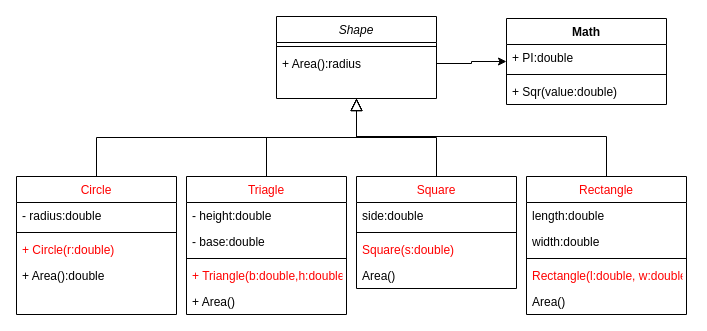
Earlier version of the draw.io diagram schema/shapearea.drawio (deeperj/rust). Source tidied: cells renumbered, new cells numbered last; positions are measured from the earlier drawing's top-left corner, leaving out a move shared by most shapes. Both pictures are drawn from the tidied source at 100%, with x=0, y=0 at pixel (16, 16).
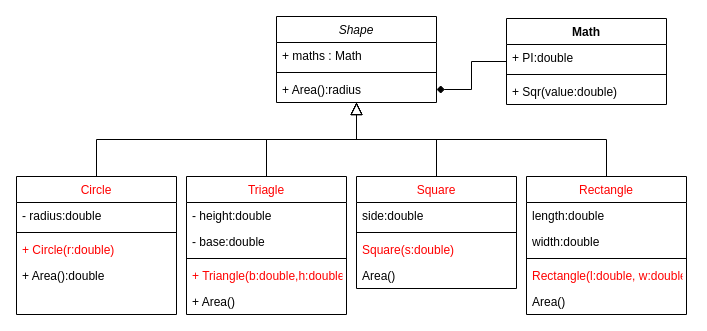
After the change.

Unchanged cells that the change refers to:
```xml
<mxCell id="21" value="Rectangle" style="swimlane;fontStyle=0;align=center;verticalAlign=top;horizontal=1;startSize=26;rounded=0;shadow=0;strokeWidth=1;fontColor=#FF0000;" parent="1" vertex="1">
  <mxGeometry x="510" y="160" width="160" height="138" as="geometry" />
</mxCell>
<mxCell id="31" value="Math" style="swimlane;fontStyle=1;align=center;verticalAlign=top;horizontal=1;startSize=26;" parent="1" vertex="1">
  <mxGeometry x="490" y="2" width="160" height="86" as="geometry" />
</mxCell>
```

The edit, as a diff of the source:
```diff
@@
     <mxCell id="27" value="Shape" style="swimlane;fontStyle=2;align=center;verticalAlign=top;horizontal=1;startSize=26;rounded=0;shadow=0;strokeWidth=1;" parent="1" vertex="1">
-      <mxGeometry x="260" width="160" height="82" as="geometry" />
+      <mxGeometry x="260" width="160" height="86" as="geometry" />
     </mxCell>
+    <mxCell id="36" value="+ maths : Math" style="text;align=left;verticalAlign=top;spacingLeft=4;spacingRight=4;overflow=hidden;" parent="27" vertex="1">
+      <mxGeometry y="26" width="160" height="26" as="geometry" />
+    </mxCell>
     <mxCell id="28" style="line;html=1;strokeWidth=1;align=left;verticalAlign=middle;spacingTop=-1;spacingLeft=3;spacingRight=3;labelPosition=right;" parent="27" vertex="1">
-      <mxGeometry y="26" width="160" height="8" as="geometry" />
+      <mxGeometry y="52" width="160" height="8" as="geometry" />
     </mxCell>
     <mxCell id="29" value="+ Area():radius" style="text;align=left;verticalAlign=top;spacingLeft=4;spacingRight=4;overflow=hidden;points=[[0,0.5],[1,0.5]];portConstraint=eastwest;" parent="27" vertex="1">
-      <mxGeometry y="34" width="160" height="26" as="geometry" />
+      <mxGeometry y="60" width="160" height="26" as="geometry" />
     </mxCell>
     <mxCell id="30" style="endArrow=block;endSize=10;endFill=0;shadow=0;strokeWidth=1;rounded=0;edgeStyle=elbowEdgeStyle;elbow=vertical;exitX=0.5;exitY=0;exitDx=0;exitDy=0;entryX=0.5;entryY=1;entryDx=0;entryDy=0;" parent="1" edge="1" source="21" target="27">
-      <mxGeometry relative="1" as="geometry">
-        <Array as="points">
-          <mxPoint x="460" y="120" />
-        </Array>
-      </mxGeometry>
+      <mxGeometry relative="1" as="geometry" />
     </mxCell>
@@
-    <mxCell id="35" style="edgeStyle=orthogonalEdgeStyle;rounded=0;jettySize=auto;html=1;exitX=1;exitY=0.5;exitDx=0;exitDy=0;entryX=0;entryY=0.5;entryDx=0;entryDy=0;" parent="1" edge="1" source="29" target="31">
+    <mxCell id="35" style="edgeStyle=orthogonalEdgeStyle;rounded=0;jettySize=auto;html=1;exitX=0;exitY=0.5;exitDx=0;exitDy=0;entryX=1;entryY=0.5;entryDx=0;entryDy=0;endArrow=diamond;endFill=1;" parent="1" edge="1" source="31" target="29">
       <mxGeometry relative="1" as="geometry" />
     </mxCell>
```
